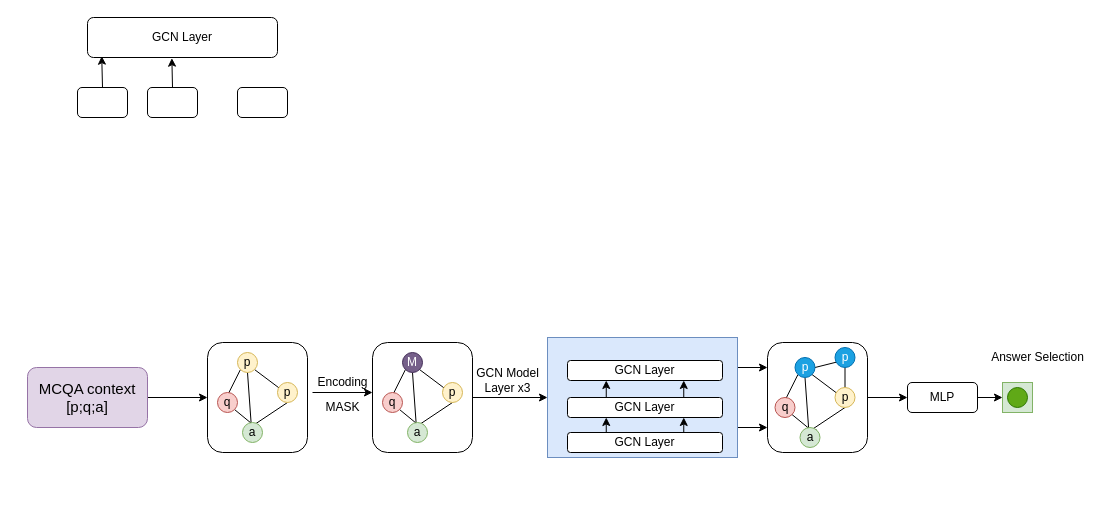
Chenjingxue/ubiquitous-octo-garbanzo keeps this draw.io diagram as page "第 3 页" (3 of 5) of img/未命名绘图.drawio. Above is the earlier version. Source tidied: cells renumbered, new cells numbered last; positions are measured from the earlier drawing's top-left corner, leaving out a move shared by most shapes. Both pictures are drawn from the tidied source at 100%, with x=0, y=0 at pixel (27, 17).
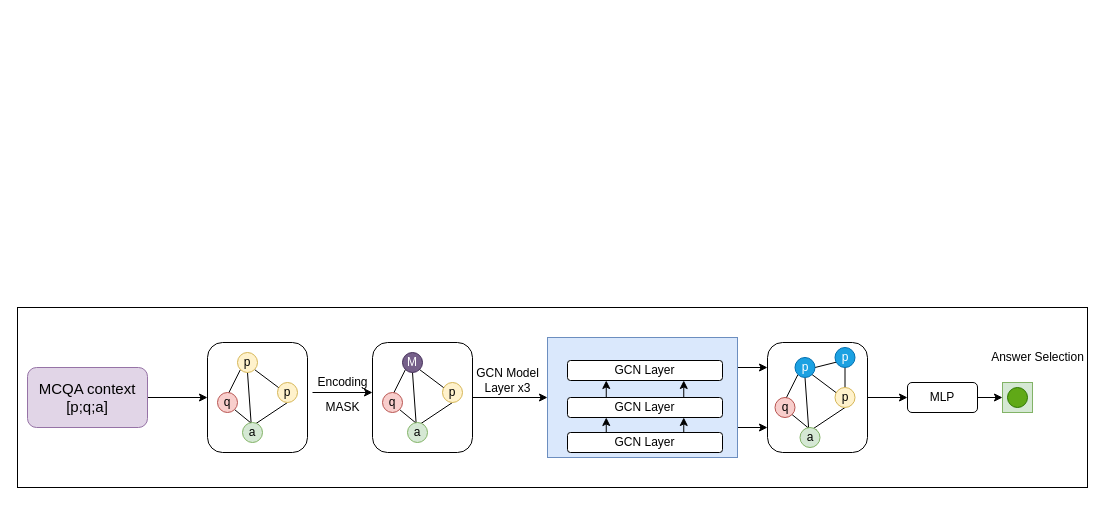
Above is the later version.

Commit message:
更新未命名绘图.drawio

Change to the diagram source:
```diff
@@
+    <mxCell id="64" style="rounded=0;whiteSpace=wrap;html=1;" parent="1" vertex="1">
+      <mxGeometry x="-10" y="290" width="1070" height="180" as="geometry" />
+    </mxCell>
@@
-    <mxCell id="7" style="rounded=1;whiteSpace=wrap;html=1;" parent="1" vertex="1">
-      <mxGeometry x="50" y="70" width="50" height="30" as="geometry" />
-    </mxCell>
-    <mxCell id="8" value="GCN Layer" style="rounded=1;whiteSpace=wrap;html=1;" parent="1" vertex="1">
-      <mxGeometry x="60" width="190" height="40" as="geometry" />
-    </mxCell>
-    <mxCell id="9" style="rounded=1;whiteSpace=wrap;html=1;" parent="1" vertex="1">
-      <mxGeometry x="120" y="70" width="50" height="30" as="geometry" />
-    </mxCell>
-    <mxCell id="10" style="rounded=1;whiteSpace=wrap;html=1;" parent="1" vertex="1">
-      <mxGeometry x="210" y="70" width="50" height="30" as="geometry" />
-    </mxCell>
-    <mxCell id="11" style="edgeStyle=none;rounded=0;jettySize=auto;html=1;exitX=0.5;exitY=0;exitDx=0;exitDy=0;entryX=0.075;entryY=0.967;entryDx=0;entryDy=0;entryPerimeter=0;" parent="1" edge="1" source="7" target="8">
-      <mxGeometry relative="1" as="geometry" />
-    </mxCell>
-    <mxCell id="12" style="edgeStyle=none;rounded=0;jettySize=auto;html=1;exitX=0.5;exitY=0;exitDx=0;exitDy=0;entryX=0.444;entryY=1.017;entryDx=0;entryDy=0;entryPerimeter=0;" parent="1" edge="1" source="9" target="8">
-      <mxGeometry relative="1" as="geometry" />
-    </mxCell>
```
